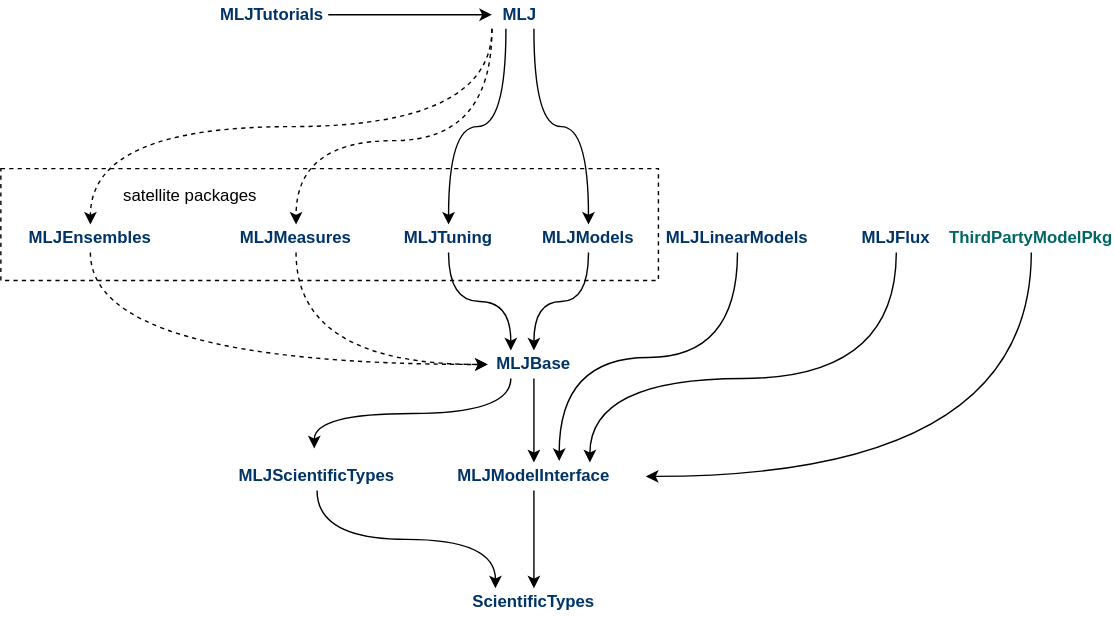
This is material/MLJ_stack.svg from JuliaAI/MLJ.jl, a draw.io export, as it was before one commit. Source tidied: cells renumbered, new cells last; positions are measured from the earlier drawing's top-left corner, leaving out a move shared by most shapes.
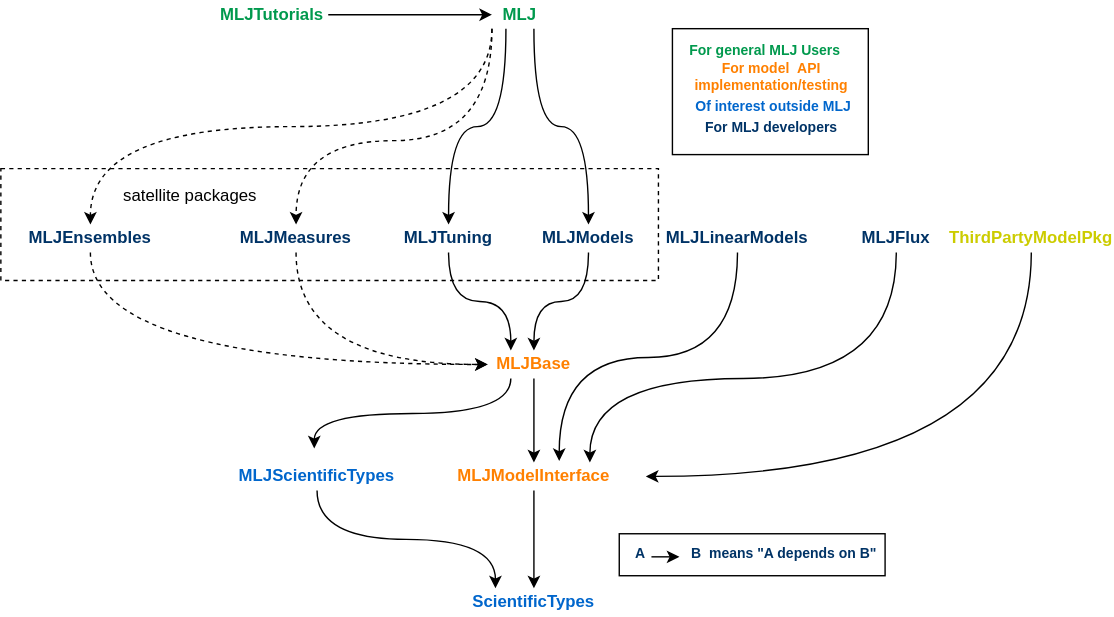
After the change.

Change to the diagram source:
```diff
@@ -2,22 +2,28 @@
   <root>
     <mxCell id="0" />
     <mxCell id="1" parent="0" />
+    <mxCell id="33" style="rounded=0;whiteSpace=wrap;html=1;strokeColor=#000000;fontSize=10;" parent="1" vertex="1">
+      <mxGeometry x="442" y="381" width="190" height="30" as="geometry" />
+    </mxCell>
+    <mxCell id="34" style="rounded=0;whiteSpace=wrap;html=1;strokeColor=#000000;fontSize=10;" parent="1" vertex="1">
+      <mxGeometry x="480" y="20" width="140" height="90" as="geometry" />
+    </mxCell>
     <mxCell id="2" style="rounded=0;whiteSpace=wrap;html=1;fillColor=none;dashed=1;strokeColor=#000000;" parent="1" vertex="1">
       <mxGeometry y="120" width="470" height="80" as="geometry" />
     </mxCell>
     <mxCell id="3" style="edgeStyle=orthogonalEdgeStyle;curved=1;rounded=0;jettySize=auto;html=1;exitX=0.5;exitY=1;exitDx=0;exitDy=0;entryX=0.5;entryY=0;entryDx=0;entryDy=0;" parent="1" edge="1" source="4" target="5">
       <mxGeometry relative="1" as="geometry" />
     </mxCell>
-    <mxCell id="4" value="&lt;font color=&quot;#003366&quot;&gt;&lt;b&gt;MLJModelInterface&lt;/b&gt;&lt;/font&gt;" style="text;html=1;strokeColor=none;fillColor=none;align=center;verticalAlign=middle;whiteSpace=wrap;rounded=0;comic=1;" parent="1" vertex="1">
+    <mxCell id="4" value="&lt;b&gt;&lt;font color=&quot;#ff8000&quot;&gt;MLJModelInterface&lt;/font&gt;&lt;/b&gt;" style="text;html=1;strokeColor=none;fillColor=none;align=center;verticalAlign=middle;whiteSpace=wrap;rounded=0;comic=1;" parent="1" vertex="1">
       <mxGeometry x="301" y="330" width="160" height="20" as="geometry" />
     </mxCell>
-    <mxCell id="5" value="&lt;b&gt;&lt;font color=&quot;#003366&quot;&gt;ScientificTypes&lt;/font&gt;&lt;/b&gt;" style="text;html=1;strokeColor=none;fillColor=none;align=center;verticalAlign=middle;whiteSpace=wrap;rounded=0;comic=1;" parent="1" vertex="1">
+    <mxCell id="5" value="&lt;b&gt;&lt;font color=&quot;#0066cc&quot;&gt;ScientificTypes&lt;/font&gt;&lt;/b&gt;" style="text;html=1;strokeColor=none;fillColor=none;align=center;verticalAlign=middle;whiteSpace=wrap;rounded=0;comic=1;" parent="1" vertex="1">
       <mxGeometry x="326" y="420" width="110" height="20" as="geometry" />
     </mxCell>
     <mxCell id="6" style="edgeStyle=orthogonalEdgeStyle;rounded=0;jettySize=auto;html=1;exitX=0.5;exitY=1;exitDx=0;exitDy=0;entryX=0.25;entryY=0;entryDx=0;entryDy=0;curved=1;" parent="1" edge="1" source="7" target="5">
       <mxGeometry relative="1" as="geometry" />
     </mxCell>
-    <mxCell id="7" value="&lt;b&gt;&lt;font color=&quot;#003366&quot;&gt;MLJScientificTypes&lt;/font&gt;&lt;/b&gt;" style="text;html=1;strokeColor=none;fillColor=none;align=center;verticalAlign=middle;whiteSpace=wrap;rounded=0;comic=1;" parent="1" vertex="1">
+    <mxCell id="7" value="&lt;b&gt;&lt;font color=&quot;#0066cc&quot;&gt;MLJScientificTypes&lt;/font&gt;&lt;/b&gt;" style="text;html=1;strokeColor=none;fillColor=none;align=center;verticalAlign=middle;whiteSpace=wrap;rounded=0;comic=1;" parent="1" vertex="1">
       <mxGeometry x="161" y="330" width="130" height="20" as="geometry" />
     </mxCell>
     <mxCell id="8" style="edgeStyle=orthogonalEdgeStyle;curved=1;rounded=0;jettySize=auto;html=1;exitX=0.5;exitY=1;exitDx=0;exitDy=0;entryX=0.5;entryY=0;entryDx=0;entryDy=0;" parent="1" edge="1" source="10" target="4">
@@ -28,7 +34,7 @@
         <mxPoint x="224" y="320" as="targetPoint" />
       </mxGeometry>
     </mxCell>
-    <mxCell id="10" value="&lt;font color=&quot;#003366&quot;&gt;&lt;b&gt;MLJBase&lt;/b&gt;&lt;/font&gt;" style="text;html=1;strokeColor=none;fillColor=none;align=center;verticalAlign=middle;whiteSpace=wrap;rounded=0;comic=1;" parent="1" vertex="1">
+    <mxCell id="10" value="&lt;b&gt;&lt;font color=&quot;#ff8000&quot;&gt;MLJBase&lt;/font&gt;&lt;/b&gt;" style="text;html=1;strokeColor=none;fillColor=none;align=center;verticalAlign=middle;whiteSpace=wrap;rounded=0;comic=1;" parent="1" vertex="1">
       <mxGeometry x="348" y="250" width="66" height="20" as="geometry" />
     </mxCell>
     <mxCell id="11" style="edgeStyle=orthogonalEdgeStyle;curved=1;rounded=0;jettySize=auto;html=1;exitX=0.5;exitY=1;exitDx=0;exitDy=0;entryX=0.25;entryY=0;entryDx=0;entryDy=0;" parent="1" edge="1" source="12" target="10">
@@ -52,7 +58,7 @@
     <mxCell id="17" style="edgeStyle=orthogonalEdgeStyle;curved=1;rounded=0;jettySize=auto;html=1;exitX=0.5;exitY=1;exitDx=0;exitDy=0;entryX=1;entryY=0.5;entryDx=0;entryDy=0;" parent="1" edge="1" source="18" target="4">
       <mxGeometry relative="1" as="geometry" />
     </mxCell>
-    <mxCell id="18" value="&lt;b&gt;&lt;font color=&quot;#006666&quot;&gt;ThirdPartyModelPkg&lt;/font&gt;&lt;/b&gt;" style="text;html=1;strokeColor=none;fillColor=none;align=center;verticalAlign=middle;whiteSpace=wrap;rounded=0;comic=1;" parent="1" vertex="1">
+    <mxCell id="18" value="&lt;b&gt;&lt;font color=&quot;#cccc00&quot;&gt;ThirdPartyModelPkg&lt;/font&gt;&lt;/b&gt;" style="text;html=1;strokeColor=none;fillColor=none;align=center;verticalAlign=middle;whiteSpace=wrap;rounded=0;comic=1;" parent="1" vertex="1">
       <mxGeometry x="680" y="160" width="113" height="20" as="geometry" />
     </mxCell>
     <mxCell id="19" style="edgeStyle=orthogonalEdgeStyle;curved=1;rounded=0;jettySize=auto;html=1;exitX=0.25;exitY=1;exitDx=0;exitDy=0;entryX=0.5;entryY=0;entryDx=0;entryDy=0;" parent="1" edge="1" source="23" target="12">
@@ -72,7 +78,7 @@
     <mxCell id="22" style="edgeStyle=orthogonalEdgeStyle;curved=1;rounded=0;jettySize=auto;html=1;exitX=0.75;exitY=1;exitDx=0;exitDy=0;entryX=0.5;entryY=0;entryDx=0;entryDy=0;" parent="1" edge="1" source="23" target="14">
       <mxGeometry relative="1" as="geometry" />
     </mxCell>
-    <mxCell id="23" value="&lt;font color=&quot;#003366&quot;&gt;&lt;b&gt;MLJ&lt;/b&gt;&lt;/font&gt;" style="text;html=1;strokeColor=none;fillColor=none;align=center;verticalAlign=middle;whiteSpace=wrap;rounded=0;comic=1;" parent="1" vertex="1">
+    <mxCell id="23" value="&lt;b&gt;&lt;font color=&quot;#00994d&quot;&gt;MLJ&lt;/font&gt;&lt;/b&gt;" style="text;html=1;strokeColor=none;fillColor=none;align=center;verticalAlign=middle;whiteSpace=wrap;rounded=0;comic=1;" parent="1" vertex="1">
       <mxGeometry x="351" width="40" height="20" as="geometry" />
     </mxCell>
     <mxCell id="24" style="edgeStyle=orthogonalEdgeStyle;curved=1;rounded=0;jettySize=auto;html=1;exitX=0.5;exitY=1;exitDx=0;exitDy=0;entryX=0;entryY=0.5;entryDx=0;entryDy=0;dashed=1;" parent="1" edge="1" source="25" target="10">
@@ -90,7 +96,7 @@
     <mxCell id="28" style="edgeStyle=orthogonalEdgeStyle;curved=1;rounded=0;jettySize=auto;html=1;exitX=1;exitY=0.5;exitDx=0;exitDy=0;entryX=0;entryY=0.5;entryDx=0;entryDy=0;" parent="1" edge="1" source="29" target="23">
       <mxGeometry relative="1" as="geometry" />
     </mxCell>
-    <mxCell id="29" value="&lt;b&gt;&lt;font color=&quot;#003366&quot;&gt;MLJTutorials&lt;/font&gt;&lt;/b&gt;" style="text;html=1;strokeColor=none;fillColor=none;align=center;verticalAlign=middle;whiteSpace=wrap;rounded=0;comic=1;" parent="1" vertex="1">
+    <mxCell id="29" value="&lt;b&gt;&lt;font color=&quot;#00994d&quot;&gt;MLJTutorials&lt;/font&gt;&lt;/b&gt;" style="text;html=1;strokeColor=none;fillColor=none;align=center;verticalAlign=middle;whiteSpace=wrap;rounded=0;comic=1;" parent="1" vertex="1">
       <mxGeometry x="154" width="80" height="20" as="geometry" />
     </mxCell>
     <mxCell id="30" style="edgeStyle=orthogonalEdgeStyle;curved=1;rounded=0;jettySize=auto;html=1;exitX=0.5;exitY=1;exitDx=0;exitDy=0;entryX=0.75;entryY=0;entryDx=0;entryDy=0;" parent="1" edge="1" source="31" target="4">
@@ -107,5 +113,29 @@
     <mxCell id="32" value="satellite packages" style="text;html=1;align=center;verticalAlign=middle;" parent="1" vertex="1">
       <mxGeometry x="80" y="130" width="110" height="20" as="geometry" />
     </mxCell>
+    <mxCell id="35" value="&lt;font color=&quot;#00994d&quot; style=&quot;font-size: 10px;&quot;&gt;&lt;b style=&quot;font-size: 10px;&quot;&gt;&amp;nbsp;For general MLJ Users&lt;/b&gt;&lt;/font&gt;" style="text;html=1;strokeColor=none;fillColor=none;align=center;verticalAlign=middle;whiteSpace=wrap;rounded=0;fontSize=10;" parent="1" vertex="1">
+      <mxGeometry x="455" y="30" width="180" height="10" as="geometry" />
+    </mxCell>
+    <mxCell id="36" value="&lt;b style=&quot;font-size: 10px;&quot;&gt;&lt;font color=&quot;#ff8000&quot; style=&quot;font-size: 10px;&quot;&gt;For model &amp;nbsp;API implementation/testing&lt;br style=&quot;font-size: 10px;&quot;&gt;&lt;br style=&quot;font-size: 10px;&quot;&gt;&lt;/font&gt;&lt;/b&gt;" style="text;html=1;strokeColor=none;fillColor=none;align=center;verticalAlign=middle;whiteSpace=wrap;rounded=0;fontSize=10;" parent="1" vertex="1">
+      <mxGeometry x="461" y="55" width="180" height="10" as="geometry" />
+    </mxCell>
+    <mxCell id="37" value="&lt;font color=&quot;#0066cc&quot; style=&quot;font-size: 10px;&quot;&gt;&lt;span style=&quot;font-size: 10px;&quot;&gt;&lt;b style=&quot;font-size: 10px;&quot;&gt;&amp;nbsp;Of interest outside MLJ&lt;/b&gt;&lt;/span&gt;&lt;/font&gt;" style="text;html=1;strokeColor=none;fillColor=none;align=center;verticalAlign=middle;whiteSpace=wrap;rounded=0;fontSize=10;" parent="1" vertex="1">
+      <mxGeometry x="461" y="70" width="180" height="10" as="geometry" />
+    </mxCell>
+    <mxCell id="38" value="&lt;b style=&quot;font-size: 10px;&quot;&gt;&lt;font color=&quot;#003366&quot; style=&quot;font-size: 10px;&quot;&gt;For MLJ developers&lt;/font&gt;&lt;/b&gt;" style="text;html=1;strokeColor=none;fillColor=none;align=center;verticalAlign=middle;whiteSpace=wrap;rounded=0;fontSize=10;" parent="1" vertex="1">
+      <mxGeometry x="461" y="85" width="180" height="10" as="geometry" />
+    </mxCell>
+    <mxCell id="39" style="group;" parent="1" vertex="1">
+      <mxGeometry x="450" y="390" width="180" height="10" as="geometry" />
+    </mxCell>
+    <mxCell id="40" value="&lt;font color=&quot;#003366&quot;&gt;&lt;span&gt;&lt;b&gt;A &amp;nbsp; &amp;nbsp; &amp;nbsp; &amp;nbsp; &amp;nbsp; &amp;nbsp;B &amp;nbsp;means &quot;A depends on B&quot;&lt;/b&gt;&lt;/span&gt;&lt;/font&gt;" style="text;html=1;strokeColor=none;fillColor=none;align=center;verticalAlign=middle;whiteSpace=wrap;rounded=0;fontSize=10;" parent="39" vertex="1">
+      <mxGeometry width="180" height="10" as="geometry" />
+    </mxCell>
+    <mxCell id="41" style="endArrow=classic;html=1;fontSize=10;" parent="39" edge="1">
+      <mxGeometry relative="1" as="geometry">
+        <mxPoint x="15" y="7.5" as="sourcePoint" />
+        <mxPoint x="35" y="7.5" as="targetPoint" />
+      </mxGeometry>
+    </mxCell>
   </root>
 </mxGraphModel>
```
